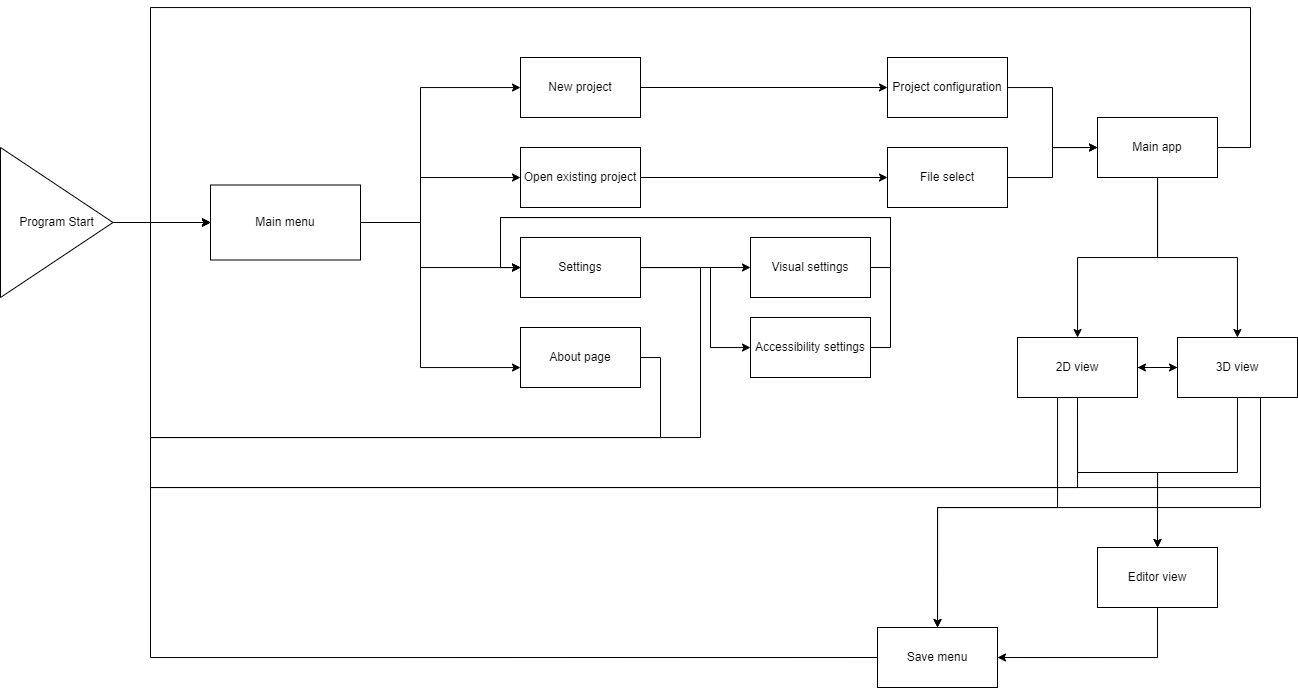
The draw.io diagram Design/Project-Screen manager.drawio.png in PawekPL/Atlas-of-Dreams, before a commit. Source tidied: cells renumbered, new cells last; positions are measured from the earlier drawing's top-left corner, leaving out a move shared by most shapes.
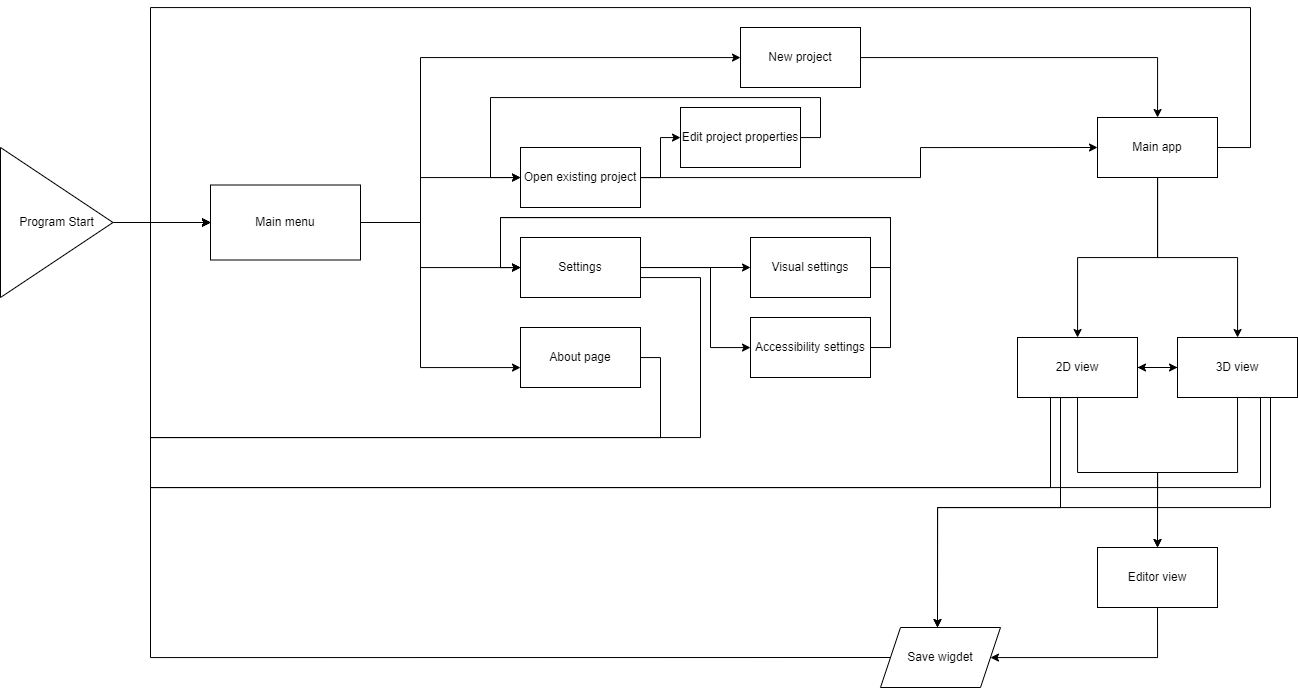
After the change.

Change to the diagram source:
```diff
@@ -1,4 +1,4 @@
-<mxGraphModel>
+<mxGraphModel math="1">
   <root>
     <mxCell id="0" />
     <mxCell id="1" parent="0" />
@@ -12,7 +12,7 @@
       <mxGeometry relative="1" as="geometry">
         <Array as="points">
           <mxPoint x="420" y="215" />
-          <mxPoint x="420" y="80" />
+          <mxPoint x="420" y="50" />
         </Array>
       </mxGeometry>
     </mxCell>
@@ -32,7 +32,7 @@
         </Array>
       </mxGeometry>
     </mxCell>
-    <mxCell id="7" style="edgeStyle=orthogonalEdgeStyle;rounded=0;comic=0;sketch=0;jettySize=auto;html=1;fontSize=44;strokeColor=default;elbow=vertical;" parent="1" edge="1" source="8" target="40">
+    <mxCell id="7" style="edgeStyle=orthogonalEdgeStyle;rounded=0;comic=0;sketch=0;jettySize=auto;html=1;fontSize=44;elbow=vertical;" parent="1" edge="1" source="8" target="40">
       <mxGeometry relative="1" as="geometry">
         <Array as="points">
           <mxPoint x="420" y="215" />
@@ -43,32 +43,40 @@
     <mxCell id="8" value="Main menu" style="whiteSpace=wrap;html=1;" parent="1" vertex="1">
       <mxGeometry x="210" y="177.5" width="150" height="75" as="geometry" />
     </mxCell>
-    <mxCell id="9" style="edgeStyle=orthogonalEdgeStyle;rounded=0;jettySize=auto;html=1;" parent="1" edge="1" source="10" target="18">
+    <mxCell id="9" style="edgeStyle=orthogonalEdgeStyle;rounded=0;jettySize=auto;html=1;" parent="1" edge="1" source="10" target="24">
       <mxGeometry relative="1" as="geometry" />
     </mxCell>
     <mxCell id="10" value="New project" style="whiteSpace=wrap;html=1;" parent="1" vertex="1">
-      <mxGeometry x="520" y="50" width="120" height="60" as="geometry" />
+      <mxGeometry x="740" y="20" width="120" height="60" as="geometry" />
     </mxCell>
-    <mxCell id="11" style="edgeStyle=orthogonalEdgeStyle;rounded=0;jettySize=auto;html=1;" parent="1" edge="1" source="12" target="20">
-      <mxGeometry relative="1" as="geometry" />
+    <mxCell id="11" style="edgeStyle=orthogonalEdgeStyle;rounded=0;jettySize=auto;html=1;entryX=0;entryY=0.5;entryDx=0;entryDy=0;" parent="1" edge="1" source="12" target="24">
+      <mxGeometry relative="1" as="geometry">
+        <Array as="points">
+          <mxPoint x="920" y="170" />
+          <mxPoint x="920" y="140" />
+        </Array>
+      </mxGeometry>
     </mxCell>
+    <mxCell id="45" style="edgeStyle=orthogonalEdgeStyle;rounded=0;jettySize=auto;html=1;fontSize=35;" parent="1" edge="1" source="12" target="47">
+      <mxGeometry relative="1" as="geometry" />
+    </mxCell>
     <mxCell id="12" value="Open existing project" style="whiteSpace=wrap;html=1;" parent="1" vertex="1">
       <mxGeometry x="520" y="140" width="120" height="60" as="geometry" />
     </mxCell>
     <mxCell id="13" style="edgeStyle=orthogonalEdgeStyle;rounded=0;jettySize=auto;html=1;entryX=0;entryY=0.5;entryDx=0;entryDy=0;" parent="1" edge="1" source="16" target="8">
       <mxGeometry relative="1" as="geometry">
         <Array as="points">
-          <mxPoint x="700" y="260" />
+          <mxPoint x="700" y="270" />
           <mxPoint x="700" y="430" />
           <mxPoint x="150" y="430" />
           <mxPoint x="150" y="215" />
         </Array>
       </mxGeometry>
     </mxCell>
-    <mxCell id="14" style="edgeStyle=orthogonalEdgeStyle;rounded=0;comic=0;sketch=0;jettySize=auto;html=1;fontSize=44;strokeColor=default;elbow=vertical;" parent="1" edge="1" source="16" target="42">
+    <mxCell id="14" style="edgeStyle=orthogonalEdgeStyle;rounded=0;comic=0;sketch=0;jettySize=auto;html=1;fontSize=44;elbow=vertical;" parent="1" edge="1" source="16" target="42">
       <mxGeometry relative="1" as="geometry" />
     </mxCell>
-    <mxCell id="15" style="edgeStyle=orthogonalEdgeStyle;rounded=0;comic=0;sketch=0;jettySize=auto;html=1;fontSize=44;strokeColor=default;elbow=vertical;" parent="1" edge="1" source="16" target="44">
+    <mxCell id="15" style="edgeStyle=orthogonalEdgeStyle;rounded=0;comic=0;sketch=0;jettySize=auto;html=1;fontSize=44;elbow=vertical;" parent="1" edge="1" source="16" target="44">
       <mxGeometry relative="1" as="geometry">
         <Array as="points">
           <mxPoint x="710" y="260" />
@@ -79,18 +87,6 @@
     <mxCell id="16" value="Settings" style="whiteSpace=wrap;html=1;" parent="1" vertex="1">
       <mxGeometry x="520" y="230" width="120" height="60" as="geometry" />
     </mxCell>
-    <mxCell id="17" style="edgeStyle=orthogonalEdgeStyle;rounded=0;jettySize=auto;html=1;fontSize=44;" parent="1" edge="1" source="18" target="24">
-      <mxGeometry relative="1" as="geometry" />
-    </mxCell>
-    <mxCell id="18" value="Project configuration" style="whiteSpace=wrap;html=1;" parent="1" vertex="1">
-      <mxGeometry x="887" y="50" width="120" height="60" as="geometry" />
-    </mxCell>
-    <mxCell id="19" style="edgeStyle=orthogonalEdgeStyle;rounded=0;jettySize=auto;html=1;entryX=0;entryY=0.5;entryDx=0;entryDy=0;fontSize=44;" parent="1" edge="1" source="20" target="24">
-      <mxGeometry relative="1" as="geometry" />
-    </mxCell>
-    <mxCell id="20" value="File select" style="whiteSpace=wrap;html=1;" parent="1" vertex="1">
-      <mxGeometry x="887" y="140" width="120" height="60" as="geometry" />
-    </mxCell>
     <mxCell id="21" style="edgeStyle=orthogonalEdgeStyle;rounded=0;jettySize=auto;html=1;fontSize=44;" parent="1" edge="1" source="24" target="29">
       <mxGeometry relative="1" as="geometry" />
     </mxCell>
@@ -119,7 +115,8 @@
     <mxCell id="27" style="edgeStyle=orthogonalEdgeStyle;rounded=0;jettySize=auto;html=1;exitX=0.5;exitY=1;exitDx=0;exitDy=0;entryX=0;entryY=0.5;entryDx=0;entryDy=0;fontSize=44;" parent="1" edge="1" source="29" target="8">
       <mxGeometry relative="1" as="geometry">
         <Array as="points">
-          <mxPoint x="1077" y="480" />
+          <mxPoint x="1050" y="390" />
+          <mxPoint x="1050" y="480" />
           <mxPoint x="150" y="480" />
           <mxPoint x="150" y="215" />
         </Array>
@@ -129,8 +126,8 @@
       <mxGeometry relative="1" as="geometry">
         <mxPoint x="937" y="620" as="targetPoint" />
         <Array as="points">
-          <mxPoint x="1057" y="390" />
-          <mxPoint x="1057" y="500" />
+          <mxPoint x="1060" y="390" />
+          <mxPoint x="1060" y="500" />
           <mxPoint x="937" y="500" />
         </Array>
       </mxGeometry>
@@ -141,7 +138,7 @@
     <mxCell id="30" style="edgeStyle=orthogonalEdgeStyle;rounded=0;jettySize=auto;html=1;entryX=1;entryY=0.5;entryDx=0;entryDy=0;fontSize=44;" parent="1" edge="1" source="34" target="29">
       <mxGeometry relative="1" as="geometry" />
     </mxCell>
-    <mxCell id="31" style="edgeStyle=orthogonalEdgeStyle;jettySize=auto;html=1;fontSize=44;elbow=vertical;sketch=0;strokeColor=default;rounded=0;noJump=0;orthogonal=0;comic=0;" parent="1" edge="1" source="34" target="36">
+    <mxCell id="31" style="edgeStyle=orthogonalEdgeStyle;jettySize=auto;html=1;fontSize=44;elbow=vertical;sketch=0;rounded=0;noJump=0;orthogonal=0;comic=0;" parent="1" edge="1" source="34" target="36">
       <mxGeometry relative="1" as="geometry" />
     </mxCell>
     <mxCell id="32" style="edgeStyle=orthogonalEdgeStyle;rounded=0;jettySize=auto;html=1;exitX=0.5;exitY=1;exitDx=0;exitDy=0;entryX=0;entryY=0.5;entryDx=0;entryDy=0;fontSize=44;" parent="1" edge="1" source="34" target="8">
@@ -154,10 +151,11 @@
         </Array>
       </mxGeometry>
     </mxCell>
-    <mxCell id="33" style="edgeStyle=orthogonalEdgeStyle;rounded=0;jettySize=auto;html=1;fontSize=44;" parent="1" edge="1" source="34" target="38">
+    <mxCell id="33" style="edgeStyle=orthogonalEdgeStyle;rounded=0;jettySize=auto;html=1;fontSize=44;" parent="1" edge="1" source="34">
       <mxGeometry relative="1" as="geometry">
+        <mxPoint x="937" y="620" as="targetPoint" />
         <Array as="points">
-          <mxPoint x="1260" y="500" />
+          <mxPoint x="1270" y="500" />
           <mxPoint x="937" y="500" />
         </Array>
       </mxGeometry>
@@ -165,13 +163,17 @@
     <mxCell id="34" value="3D view" style="whiteSpace=wrap;html=1;" parent="1" vertex="1">
       <mxGeometry x="1177" y="330" width="120" height="60" as="geometry" />
     </mxCell>
-    <mxCell id="35" style="edgeStyle=orthogonalEdgeStyle;rounded=0;comic=0;sketch=0;jettySize=auto;html=1;exitX=0.5;exitY=1;exitDx=0;exitDy=0;entryX=1;entryY=0.5;entryDx=0;entryDy=0;fontSize=44;strokeColor=default;elbow=vertical;" parent="1" edge="1" source="36" target="38">
-      <mxGeometry relative="1" as="geometry" />
+    <mxCell id="35" style="edgeStyle=orthogonalEdgeStyle;rounded=0;comic=0;sketch=0;jettySize=auto;html=1;exitX=0.5;exitY=1;exitDx=0;exitDy=0;fontSize=44;elbow=vertical;" parent="1" edge="1" source="36" target="48">
+      <mxGeometry relative="1" as="geometry">
+        <Array as="points">
+          <mxPoint x="1157" y="650" />
+        </Array>
+      </mxGeometry>
     </mxCell>
     <mxCell id="36" value="Editor view" style="whiteSpace=wrap;html=1;" parent="1" vertex="1">
       <mxGeometry x="1097" y="540" width="120" height="60" as="geometry" />
     </mxCell>
-    <mxCell id="37" style="edgeStyle=orthogonalEdgeStyle;rounded=0;comic=0;sketch=0;jettySize=auto;html=1;exitX=0;exitY=0.5;exitDx=0;exitDy=0;entryX=0;entryY=0.5;entryDx=0;entryDy=0;fontSize=44;strokeColor=default;elbow=vertical;" parent="1" edge="1" source="38" target="8">
+    <mxCell id="37" style="edgeStyle=orthogonalEdgeStyle;rounded=0;comic=0;sketch=0;jettySize=auto;html=1;exitX=0;exitY=0.5;exitDx=0;exitDy=0;entryX=0;entryY=0.5;entryDx=0;entryDy=0;fontSize=44;elbow=vertical;" parent="1" edge="1" source="48" target="8">
       <mxGeometry relative="1" as="geometry">
         <Array as="points">
           <mxPoint x="150" y="650" />
@@ -179,10 +181,7 @@
         </Array>
       </mxGeometry>
     </mxCell>
-    <mxCell id="38" value="Save menu" style="whiteSpace=wrap;html=1;" parent="1" vertex="1">
-      <mxGeometry x="877" y="620" width="120" height="60" as="geometry" />
-    </mxCell>
-    <mxCell id="39" style="edgeStyle=orthogonalEdgeStyle;rounded=0;comic=0;sketch=0;jettySize=auto;html=1;fontSize=44;strokeColor=default;elbow=vertical;entryX=0;entryY=0.5;entryDx=0;entryDy=0;" parent="1" edge="1" source="40" target="8">
+    <mxCell id="39" style="edgeStyle=orthogonalEdgeStyle;rounded=0;comic=0;sketch=0;jettySize=auto;html=1;fontSize=44;elbow=vertical;entryX=0;entryY=0.5;entryDx=0;entryDy=0;" parent="1" edge="1" source="40" target="8">
       <mxGeometry relative="1" as="geometry">
         <Array as="points">
           <mxPoint x="660" y="350" />
@@ -195,7 +194,7 @@
     <mxCell id="40" value="About page" style="whiteSpace=wrap;html=1;" parent="1" vertex="1">
       <mxGeometry x="520" y="320" width="120" height="60" as="geometry" />
     </mxCell>
-    <mxCell id="41" style="edgeStyle=orthogonalEdgeStyle;rounded=0;comic=0;sketch=0;jettySize=auto;html=1;exitX=1;exitY=0.5;exitDx=0;exitDy=0;entryX=0;entryY=0.5;entryDx=0;entryDy=0;fontSize=44;strokeColor=default;elbow=vertical;" parent="1" edge="1" source="42" target="16">
+    <mxCell id="41" style="edgeStyle=orthogonalEdgeStyle;rounded=0;comic=0;sketch=0;jettySize=auto;html=1;exitX=1;exitY=0.5;exitDx=0;exitDy=0;entryX=0;entryY=0.5;entryDx=0;entryDy=0;fontSize=44;elbow=vertical;" parent="1" edge="1" source="42" target="16">
       <mxGeometry relative="1" as="geometry">
         <Array as="points">
           <mxPoint x="890" y="260" />
@@ -208,7 +207,7 @@
     <mxCell id="42" value="Visual settings" style="whiteSpace=wrap;html=1;" parent="1" vertex="1">
       <mxGeometry x="750" y="230" width="120" height="60" as="geometry" />
     </mxCell>
-    <mxCell id="43" style="edgeStyle=orthogonalEdgeStyle;rounded=0;comic=0;sketch=0;jettySize=auto;html=1;exitX=1;exitY=0.5;exitDx=0;exitDy=0;fontSize=44;strokeColor=default;elbow=vertical;" parent="1" edge="1" source="44">
+    <mxCell id="43" style="edgeStyle=orthogonalEdgeStyle;rounded=0;comic=0;sketch=0;jettySize=auto;html=1;exitX=1;exitY=0.5;exitDx=0;exitDy=0;fontSize=44;elbow=vertical;" parent="1" edge="1" source="44">
       <mxGeometry relative="1" as="geometry">
         <mxPoint x="520" y="260" as="targetPoint" />
         <Array as="points">
@@ -222,5 +221,21 @@
     <mxCell id="44" value="Accessibility settings" style="whiteSpace=wrap;html=1;" parent="1" vertex="1">
       <mxGeometry x="750" y="310" width="120" height="60" as="geometry" />
     </mxCell>
+    <mxCell id="46" style="edgeStyle=orthogonalEdgeStyle;rounded=0;jettySize=auto;html=1;entryX=0;entryY=0.5;entryDx=0;entryDy=0;fontSize=35;" parent="1" edge="1" source="47" target="12">
+      <mxGeometry relative="1" as="geometry">
+        <Array as="points">
+          <mxPoint x="820" y="130" />
+          <mxPoint x="820" y="90" />
+          <mxPoint x="490" y="90" />
+          <mxPoint x="490" y="170" />
+        </Array>
+      </mxGeometry>
+    </mxCell>
+    <mxCell id="47" value="Edit project properties" style="whiteSpace=wrap;html=1;" parent="1" vertex="1">
+      <mxGeometry x="680" y="100" width="120" height="60" as="geometry" />
+    </mxCell>
+    <mxCell id="48" value="Save wigdet" style="shape=parallelogram;perimeter=parallelogramPerimeter;whiteSpace=wrap;html=1;fixedSize=1;" parent="1" vertex="1">
+      <mxGeometry x="880" y="620" width="120" height="60" as="geometry" />
+    </mxCell>
   </root>
 </mxGraphModel>
```
